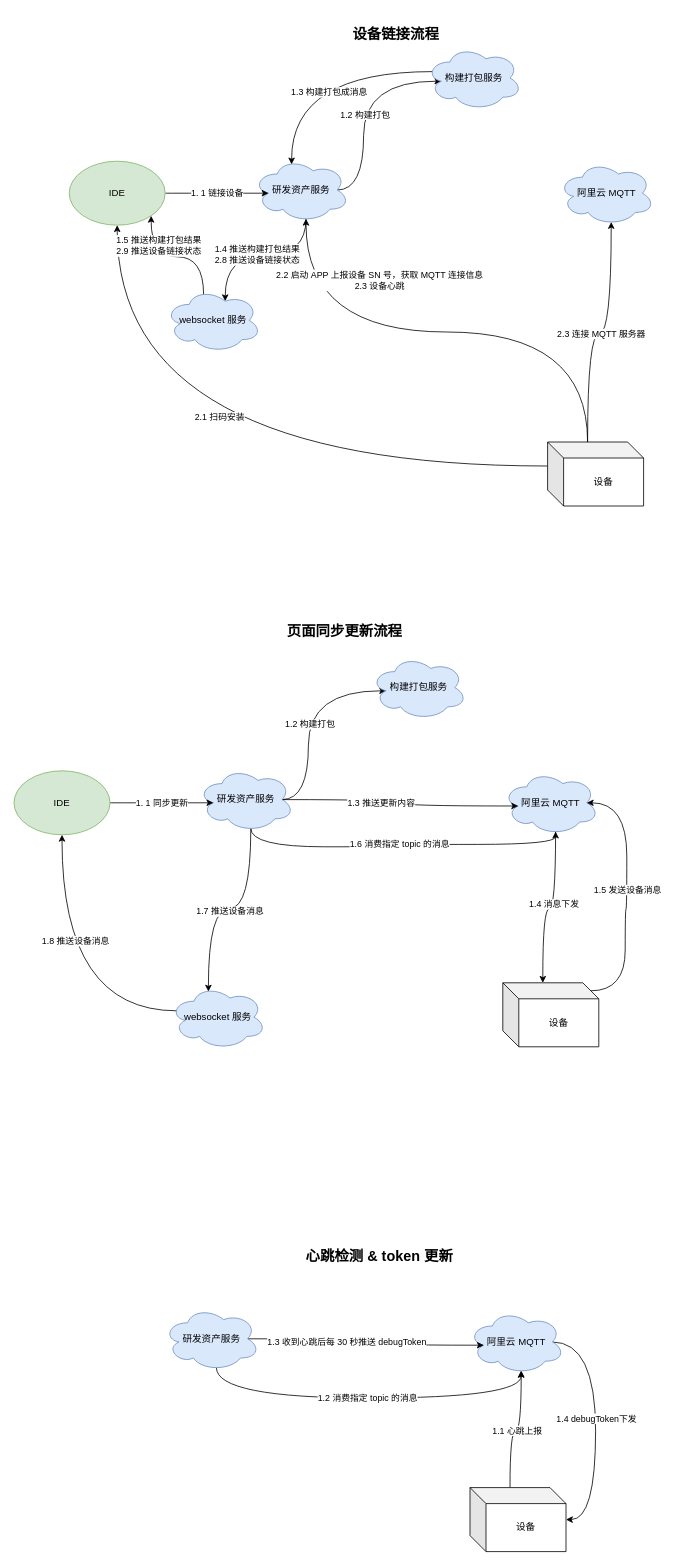
This is 部署图/真机调试系统流程图-阿里云 MQTT.drawio from yinjunfeng/UML, a draw.io file, before an edit. Source tidied: cells renumbered, new cells numbered last; positions are measured from the earlier drawing's top-left corner, leaving out a move shared by most shapes. Both pictures are drawn from the tidied source at 80%, with x=0, y=0 at pixel (14, 26).
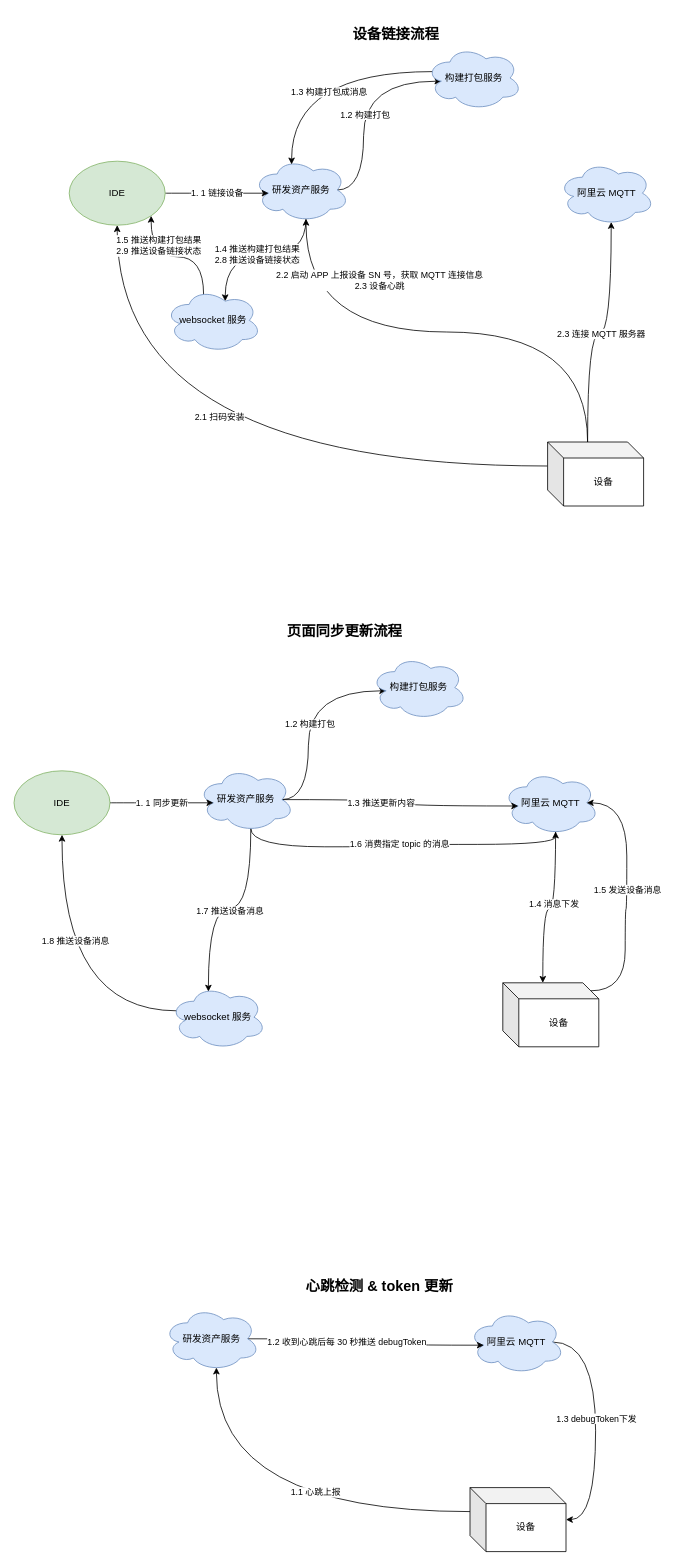
The same diagram, later.

Commit message:
Update 真机调试系统流程图-阿里云 MQTT.drawio

Unchanged cells that the change refers to:
```xml
<mxCell id="39" style="edgeStyle=orthogonalEdgeStyle;curved=1;rounded=0;jettySize=auto;html=1;exitX=0.875;exitY=0.5;exitDx=0;exitDy=0;exitPerimeter=0;entryX=1;entryY=0.5;entryDx=0;entryDy=0;entryPerimeter=0;" parent="1" edge="1" source="41" target="53">
  <mxGeometry relative="1" as="geometry">
    <Array as="points">
      <mxPoint x="727" y="1645" />
      <mxPoint x="727" y="1867" />
    </Array>
  </mxGeometry>
</mxCell>
<mxCell id="41" value="阿里云 MQTT" style="ellipse;shape=cloud;whiteSpace=wrap;html=1;fillColor=#dae8fc;strokeColor=#6c8ebf;" parent="1" vertex="1">
  <mxGeometry x="568" y="1605" width="120" height="80" as="geometry" />
</mxCell>
<mxCell id="42" style="edgeStyle=orthogonalEdgeStyle;curved=1;rounded=0;jettySize=auto;html=1;exitX=0.875;exitY=0.5;exitDx=0;exitDy=0;exitPerimeter=0;entryX=0.16;entryY=0.55;entryDx=0;entryDy=0;entryPerimeter=0;startArrow=none;startFill=0;" parent="1" edge="1" source="45" target="41">
  <mxGeometry relative="1" as="geometry" />
</mxCell>
<mxCell id="45" value="研发资产服务" style="ellipse;shape=cloud;whiteSpace=wrap;html=1;fillColor=#dae8fc;strokeColor=#6c8ebf;" parent="1" vertex="1">
  <mxGeometry x="187" y="1601" width="120" height="80" as="geometry" />
</mxCell>
<mxCell id="53" value="设备" style="shape=cube;whiteSpace=wrap;html=1;boundedLbl=1;backgroundOutline=1;darkOpacity=0.05;darkOpacity2=0.1;" parent="1" vertex="1">
  <mxGeometry x="570" y="1827" width="120" height="80" as="geometry" />
</mxCell>
```

What changed in the source:
```diff
@@
-    <mxCell id="40" value="1.4 debugToken下发" style="edgeLabel;html=1;align=center;verticalAlign=middle;" parent="39" vertex="1">
+    <mxCell id="40" value="1.3 debugToken下发" style="edgeLabel;html=1;align=center;verticalAlign=middle;" parent="39" vertex="1">
       <mxGeometry x="-0.05" relative="1" as="geometry" />
     </mxCell>
@@
-    <mxCell id="43" value="1.3 收到心跳后每 30 秒推送 debugToken" style="edgeLabel;html=1;align=center;verticalAlign=middle;" parent="42" vertex="1">
+    <mxCell id="43" value="1.2 收到心跳后每 30 秒推送 debugToken" style="edgeLabel;html=1;align=center;verticalAlign=middle;" parent="42" vertex="1">
       <mxGeometry x="-0.19" y="-3" relative="1" as="geometry" />
     </mxCell>
-    <mxCell id="44" value="1.2 消费指定 topic 的消息" style="edgeStyle=orthogonalEdgeStyle;curved=1;rounded=0;jettySize=auto;html=1;exitX=0.55;exitY=0.95;exitDx=0;exitDy=0;exitPerimeter=0;entryX=0.55;entryY=0.95;entryDx=0;entryDy=0;entryPerimeter=0;" parent="1" edge="1" source="45" target="41">
-      <mxGeometry relative="1" as="geometry">
-        <Array as="points">
-          <mxPoint x="253" y="1715" />
-          <mxPoint x="634" y="1715" />
-        </Array>
-      </mxGeometry>
-    </mxCell>
@@
     <mxCell id="46" value="&lt;h2&gt;&lt;b&gt;心跳检测 &amp;amp; token 更新&lt;/b&gt;&lt;/h2&gt;" style="text;html=1;strokeColor=none;fillColor=none;align=center;verticalAlign=middle;whiteSpace=wrap;rounded=0;" parent="1" vertex="1">
-      <mxGeometry x="344" y="1530" width="226" height="16" as="geometry" />
+      <mxGeometry x="344" y="1568" width="226" height="16" as="geometry" />
     </mxCell>
@@
+    <mxCell id="54" style="edgeStyle=orthogonalEdgeStyle;curved=1;rounded=0;jettySize=auto;html=1;exitX=0;exitY=0;exitDx=0;exitDy=30;exitPerimeter=0;entryX=0.55;entryY=0.95;entryDx=0;entryDy=0;entryPerimeter=0;" parent="1" edge="1" source="53" target="45">
+      <mxGeometry relative="1" as="geometry" />
+    </mxCell>
-    <mxCell id="52" value="1.1 心跳上报" style="edgeStyle=orthogonalEdgeStyle;curved=1;rounded=0;jettySize=auto;html=1;exitX=0;exitY=0;exitDx=50;exitDy=0;exitPerimeter=0;entryX=0.55;entryY=0.95;entryDx=0;entryDy=0;entryPerimeter=0;" parent="1" edge="1" source="53" target="41">
-      <mxGeometry relative="1" as="geometry" />
+    <mxCell id="52" value="1.1 心跳上报" style="edgeLabel;html=1;align=center;verticalAlign=middle;" parent="54" vertex="1">
+      <mxGeometry x="-0.22" y="-25" relative="1" as="geometry" />
     </mxCell>
```
